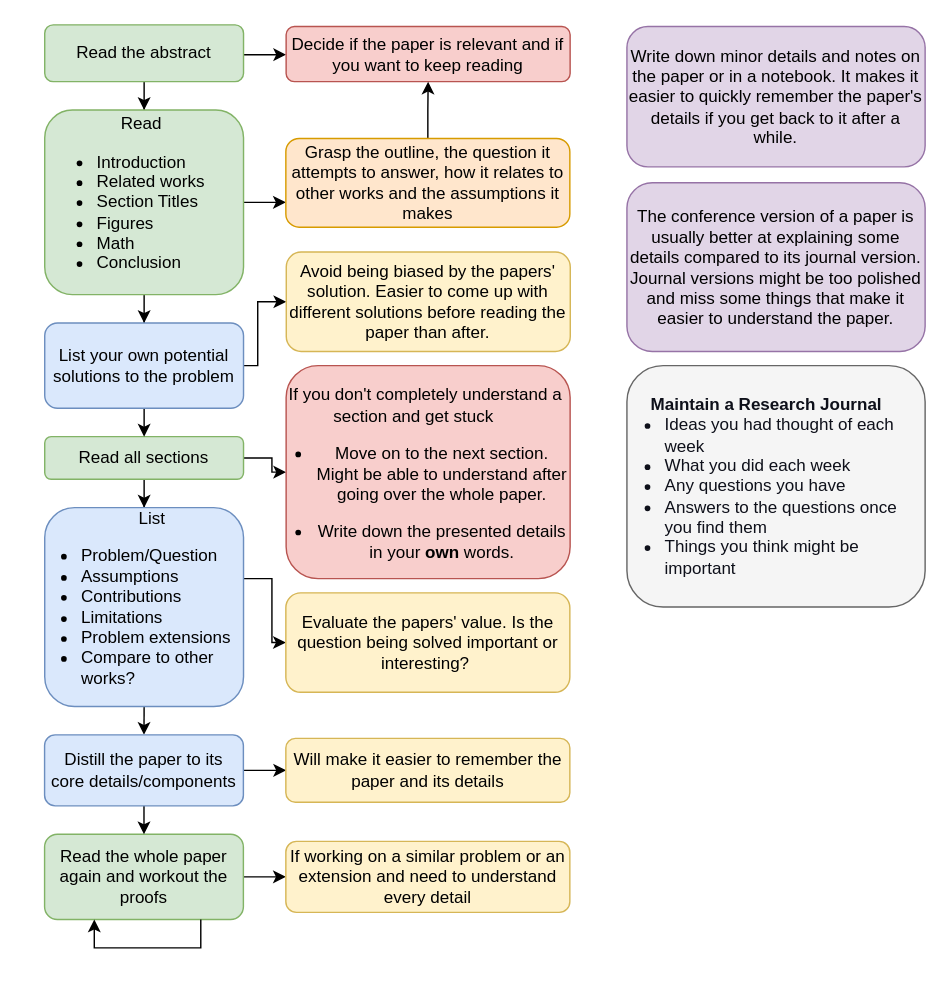
Before: how_to_read.drawio in itskalvik/how-to-read, a draw.io diagram. Source tidied: cells renumbered, new cells numbered last; positions are measured from the earlier drawing's top-left corner, leaving out a move shared by most shapes. Both pictures are drawn from the tidied source at 142%, with x=0, y=0 at pixel (44, 24).
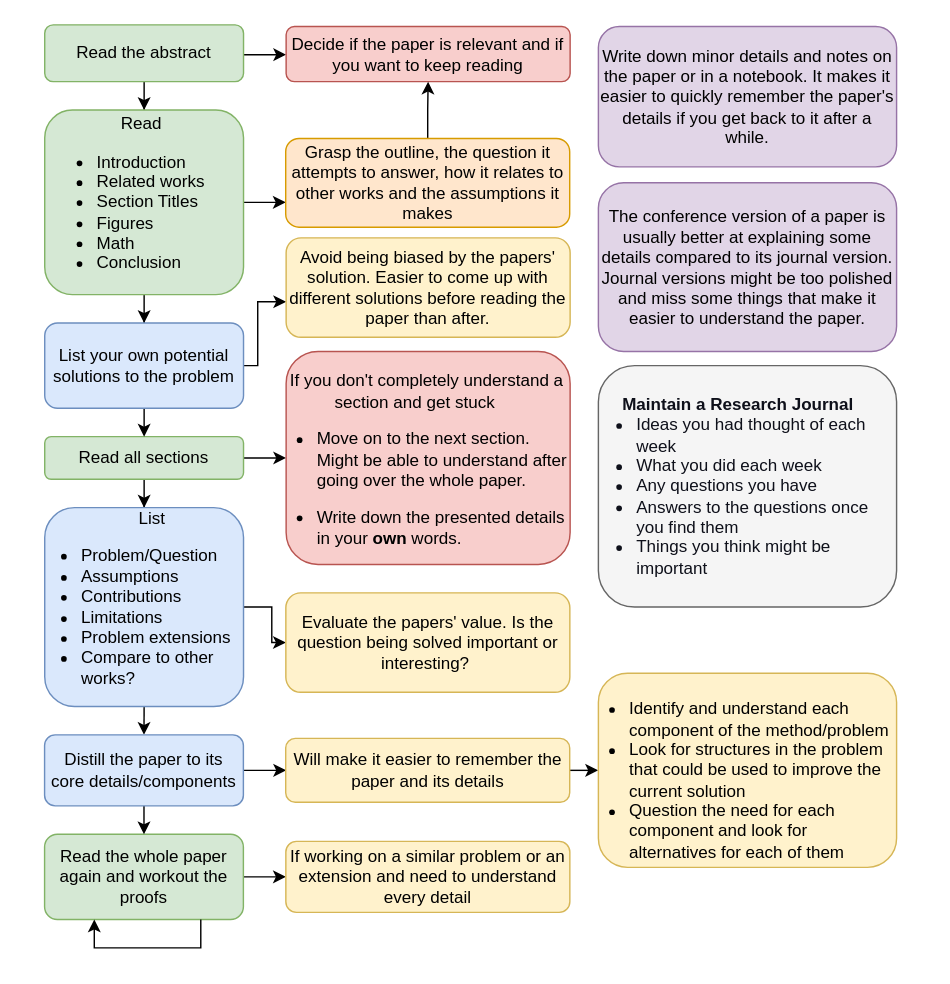
The same page after the edit.

Unchanged cells that the change refers to:
```xml
<mxCell id="16" value="&lt;div&gt;&lt;span&gt;&amp;nbsp; &amp;nbsp; &amp;nbsp; &amp;nbsp; List&lt;/span&gt;&lt;/div&gt;&lt;ul&gt;&lt;li style=&quot;text-align: left&quot;&gt;Problem/Question&lt;/li&gt;&lt;li style=&quot;text-align: left&quot;&gt;Assumptions&lt;/li&gt;&lt;li style=&quot;text-align: left&quot;&gt;Contributions&lt;/li&gt;&lt;li style=&quot;text-align: left&quot;&gt;Limitations&lt;/li&gt;&lt;li style=&quot;text-align: left&quot;&gt;Problem extensions&lt;/li&gt;&lt;li style=&quot;text-align: left&quot;&gt;Compare to other works?&lt;/li&gt;&lt;/ul&gt;" style="whiteSpace=wrap;html=1;rounded=1;fillColor=#dae8fc;strokeColor=#6c8ebf;verticalAlign=middle;spacingLeft=-15;" parent="1" vertex="1">
  <mxGeometry y="340" width="140" height="140" as="geometry" />
</mxCell>
<mxCell id="24" value="Evaluate the papers' value. Is the question being solved important or interesting?&amp;nbsp;" style="whiteSpace=wrap;html=1;rounded=1;fillColor=#fff2cc;strokeColor=#d6b656;" parent="1" vertex="1">
  <mxGeometry x="169.8" y="400" width="200" height="70" as="geometry" />
</mxCell>
```

Change to the diagram source:
```diff
@@
     <mxCell id="14" style="edgeStyle=orthogonalEdgeStyle;rounded=0;jettySize=auto;html=1;entryX=0;entryY=0.5;entryDx=0;entryDy=0;" parent="1" edge="1" source="16" target="24">
       <mxGeometry relative="1" as="geometry">
         <Array as="points">
-          <mxPoint x="160" y="390" />
-          <mxPoint x="160" y="435" />
+          <mxPoint x="159.9" y="410" />
+          <mxPoint x="159.9" y="435" />
         </Array>
       </mxGeometry>
     </mxCell>
@@
     <mxCell id="21" value="Grasp the outline, the question it attempts to answer, how it relates to other works and the assumptions it makes" style="whiteSpace=wrap;html=1;rounded=1;align=center;fillColor=#ffe6cc;strokeColor=#d79b00;" parent="1" vertex="1">
-      <mxGeometry x="169.8" y="80" width="200" height="62.5" as="geometry" />
+      <mxGeometry x="169.7" y="80" width="200" height="62.5" as="geometry" />
     </mxCell>
     <mxCell id="22" value="Avoid being biased by the papers' solution. Easier to come up with different solutions before reading the paper than after." style="whiteSpace=wrap;html=1;rounded=1;fillColor=#fff2cc;strokeColor=#d6b656;verticalAlign=middle;horizontal=1;" parent="1" vertex="1">
-      <mxGeometry x="170.1" y="160" width="200" height="70" as="geometry" />
+      <mxGeometry x="170" y="150" width="200" height="70" as="geometry" />
     </mxCell>
-    <mxCell id="23" value="&lt;div&gt;&lt;span&gt;&lt;br&gt;&lt;/span&gt;&lt;/div&gt;&lt;div&gt;&lt;span&gt;&amp;nbsp; &amp;nbsp; &amp;nbsp;If you don't completely understand a section and get stuck&lt;/span&gt;&lt;/div&gt;&lt;ul&gt;&lt;li&gt;Move on to the next section. Might be able to understand after going over the whole paper.&lt;/li&gt;&lt;/ul&gt;&lt;ul&gt;&lt;li&gt;Write down the presented details in your &lt;b&gt;own &lt;/b&gt;words.&lt;/li&gt;&lt;/ul&gt;" style="whiteSpace=wrap;html=1;rounded=1;fillColor=#f8cecc;strokeColor=#b85450;spacingLeft=-20;" parent="1" vertex="1">
-      <mxGeometry x="170" y="240" width="200" height="150" as="geometry" />
+    <mxCell id="23" value="&lt;div&gt;&lt;span&gt;&lt;br&gt;&lt;/span&gt;&lt;/div&gt;&lt;div style=&quot;text-align: center&quot;&gt;&lt;span&gt;&amp;nbsp; &amp;nbsp; &amp;nbsp;If you don't completely understand a section and get stuck&lt;/span&gt;&lt;/div&gt;&lt;ul&gt;&lt;li&gt;Move on to the next section. Might be able to understand after going over the whole paper.&lt;/li&gt;&lt;/ul&gt;&lt;ul&gt;&lt;li&gt;Write down the presented details in your &lt;b&gt;own &lt;/b&gt;words.&lt;/li&gt;&lt;/ul&gt;" style="whiteSpace=wrap;html=1;rounded=1;fillColor=#f8cecc;strokeColor=#b85450;spacingLeft=-20;align=left;" parent="1" vertex="1">
+      <mxGeometry x="170" y="230" width="200" height="150" as="geometry" />
     </mxCell>
@@
+    <mxCell id="34" style="edgeStyle=orthogonalEdgeStyle;rounded=0;jettySize=auto;html=1;" parent="1" edge="1" source="29" target="35">
+      <mxGeometry relative="1" as="geometry" />
+    </mxCell>
     <mxCell id="29" value="Will make it easier to remember the paper and its details" style="whiteSpace=wrap;html=1;rounded=1;strokeColor=#d6b656;fillColor=#fff2cc;" parent="1" vertex="1">
-      <mxGeometry x="169.8" y="502.5" width="200" height="45" as="geometry" />
+      <mxGeometry x="169.7" y="502.5" width="200" height="45" as="geometry" />
     </mxCell>
     <mxCell id="30" value="The conference version of a paper is usually better at explaining some details compared to its journal version. Journal versions might be too polished and miss some things that make it easier to understand the paper." style="rounded=1;whiteSpace=wrap;html=1;fillColor=#e1d5e7;strokeColor=#9673a6;" parent="1" vertex="1">
-      <mxGeometry x="410" y="111.2" width="210" height="118.8" as="geometry" />
+      <mxGeometry x="389.9" y="111.2" width="210" height="118.8" as="geometry" />
     </mxCell>
     <mxCell id="31" value="Write down minor details and notes on the paper or in a notebook. It makes it easier to quickly remember the paper's details if you get back to it after a while." style="rounded=1;whiteSpace=wrap;html=1;fillColor=#e1d5e7;strokeColor=#9673a6;" parent="1" vertex="1">
-      <mxGeometry x="410" y="1.2" width="210" height="98.8" as="geometry" />
+      <mxGeometry x="389.9" y="1.2" width="210" height="98.8" as="geometry" />
     </mxCell>
     <mxCell id="32" value="&lt;p style=&quot;text-align: center ; color: rgb(14 , 16 , 26) ; background: transparent ; margin-top: 0pt ; margin-bottom: 0pt&quot;&gt;&lt;strong style=&quot;background: transparent ; margin-top: 0pt ; margin-bottom: 0pt&quot;&gt;Maintain a Research Journal&lt;/strong&gt;&lt;/p&gt;&lt;ul style=&quot;color: rgb(14 , 16 , 26) ; background: transparent ; margin-top: 0pt ; margin-bottom: 0pt&quot;&gt;&lt;li style=&quot;background: transparent ; margin-top: 0pt ; margin-bottom: 0pt ; list-style-type: disc&quot;&gt;&lt;span style=&quot;background: transparent ; margin-top: 0pt ; margin-bottom: 0pt&quot;&gt;Ideas you had thought of each week&lt;/span&gt;&lt;/li&gt;&lt;li style=&quot;background: transparent ; margin-top: 0pt ; margin-bottom: 0pt ; list-style-type: disc&quot;&gt;&lt;span style=&quot;background: transparent ; margin-top: 0pt ; margin-bottom: 0pt&quot;&gt;What you did each week&lt;/span&gt;&lt;/li&gt;&lt;li style=&quot;background: transparent ; margin-top: 0pt ; margin-bottom: 0pt ; list-style-type: disc&quot;&gt;&lt;span style=&quot;background: transparent ; margin-top: 0pt ; margin-bottom: 0pt&quot;&gt;Any questions you have&lt;/span&gt;&lt;/li&gt;&lt;li style=&quot;background: transparent ; margin-top: 0pt ; margin-bottom: 0pt ; list-style-type: disc&quot;&gt;&lt;span style=&quot;background: transparent ; margin-top: 0pt ; margin-bottom: 0pt&quot;&gt;Answers to the questions once you find them&lt;/span&gt;&lt;/li&gt;&lt;li style=&quot;background: transparent ; margin-top: 0pt ; margin-bottom: 0pt ; list-style-type: disc&quot;&gt;&lt;span style=&quot;background: transparent ; margin-top: 0pt ; margin-bottom: 0pt&quot;&gt;Things you think might be important&amp;nbsp;&lt;/span&gt;&lt;/li&gt;&lt;/ul&gt;" style="rounded=1;whiteSpace=wrap;html=1;fillColor=#f5f5f5;strokeColor=#666666;fontColor=#333333;spacingLeft=-15;align=left;" parent="1" vertex="1">
-      <mxGeometry x="410" y="240" width="210" height="170" as="geometry" />
+      <mxGeometry x="389.9" y="240" width="210" height="170" as="geometry" />
     </mxCell>
@@
+    <mxCell id="35" value="&lt;div&gt;&lt;br&gt;&lt;/div&gt;&lt;div&gt;&lt;br&gt;&lt;/div&gt;&lt;div&gt;&lt;br&gt;&lt;/div&gt;&lt;div&gt;&lt;br&gt;&lt;/div&gt;&lt;ul&gt;&lt;li&gt;Identify and understand each component of the method/problem&lt;/li&gt;&lt;li&gt;Look for structures in the problem that could be used to improve the current solution&lt;/li&gt;&lt;li&gt;Question the need for each component and look for alternatives for each of them&lt;br&gt;&lt;/li&gt;&lt;/ul&gt;&lt;br&gt;&lt;br&gt;&lt;br&gt;" style="whiteSpace=wrap;html=1;rounded=1;strokeColor=#d6b656;fillColor=#fff2cc;spacingLeft=-20;align=left;" parent="1" vertex="1">
+      <mxGeometry x="389.9" y="456.6" width="210" height="136.7" as="geometry" />
+    </mxCell>
```
